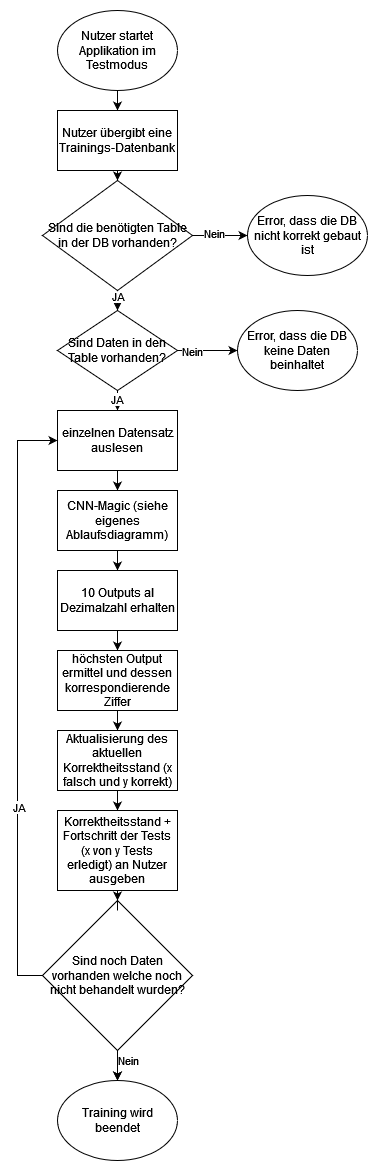
MrS-E/CKi keeps this draw.io diagram as Dokumentation/CKi/images/ablauf-testen.png. Above is the earlier version. Source tidied: cells renumbered, new cells last; positions are measured from the earlier drawing's top-left corner, leaving out a move shared by most shapes.
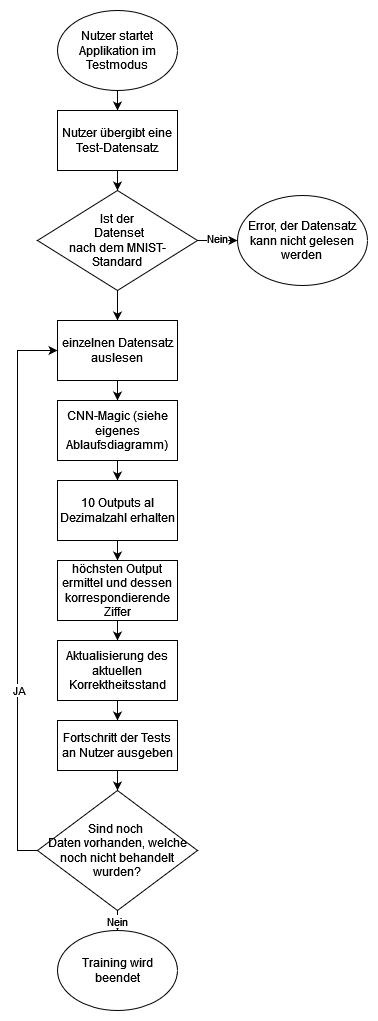
The same file after the commit.

The edit, as a diff of the source:
```diff
@@ -6,46 +6,22 @@
       <mxGeometry relative="1" as="geometry" />
     </mxCell>
     <mxCell id="3" value="Nutzer startet Applikation im Testmodus" style="ellipse;whiteSpace=wrap;html=1;" parent="1" vertex="1">
-      <mxGeometry x="40" width="120" height="80" as="geometry" />
+      <mxGeometry x="40" y="90" width="120" height="80" as="geometry" />
     </mxCell>
-    <mxCell id="4" style="edgeStyle=orthogonalEdgeStyle;rounded=0;jettySize=auto;html=1;" parent="1" edge="1" source="5" target="10">
+    <mxCell id="4" style="edgeStyle=orthogonalEdgeStyle;rounded=0;jettySize=auto;html=1;entryX=0.5;entryY=0;entryDx=0;entryDy=0;" parent="1" edge="1" source="5" target="39">
       <mxGeometry relative="1" as="geometry" />
     </mxCell>
-    <mxCell id="5" value="Nutzer übergibt eine Trainings-Datenbank" style="whiteSpace=wrap;html=1;" parent="1" vertex="1">
-      <mxGeometry x="40" y="100" width="120" height="60" as="geometry" />
+    <mxCell id="5" value="Nutzer übergibt eine Test-Datensatz" style="whiteSpace=wrap;html=1;" parent="1" vertex="1">
+      <mxGeometry x="40" y="190" width="120" height="60" as="geometry" />
     </mxCell>
-    <mxCell id="6" style="edgeStyle=orthogonalEdgeStyle;rounded=0;jettySize=auto;html=1;" parent="1" edge="1" source="10" target="15">
-      <mxGeometry relative="1" as="geometry" />
-    </mxCell>
-    <mxCell id="7" value="JA" style="edgeLabel;html=1;align=center;verticalAlign=middle;" parent="6" vertex="1">
-      <mxGeometry x="0.5" relative="1" as="geometry" />
-    </mxCell>
-    <mxCell id="8" style="edgeStyle=orthogonalEdgeStyle;rounded=0;jettySize=auto;html=1;exitX=1;exitY=0.5;exitDx=0;exitDy=0;entryX=0;entryY=0.5;entryDx=0;entryDy=0;" parent="1" edge="1" source="10" target="31">
-      <mxGeometry relative="1" as="geometry" />
-    </mxCell>
-    <mxCell id="9" value="Nein" style="edgeLabel;html=1;align=center;verticalAlign=middle;" parent="8" vertex="1">
-      <mxGeometry x="-0.25" y="3" relative="1" as="geometry" />
-    </mxCell>
-    <mxCell id="10" value="Sind die benötigten Table in der DB vorhanden?" style="rhombus;whiteSpace=wrap;html=1;" parent="1" vertex="1">
-      <mxGeometry x="25" y="170" width="150" height="110" as="geometry" />
-    </mxCell>
-    <mxCell id="11" style="edgeStyle=orthogonalEdgeStyle;rounded=0;jettySize=auto;html=1;" parent="1" edge="1" source="15" target="17">
+    <mxCell id="11" style="edgeStyle=orthogonalEdgeStyle;rounded=0;jettySize=auto;html=1;exitX=0.5;exitY=1;exitDx=0;exitDy=0;" parent="1" edge="1" source="39" target="17">
       <mxGeometry relative="1" as="geometry" />
     </mxCell>
     <mxCell id="12" value="JA" style="edgeLabel;html=1;align=center;verticalAlign=middle;" parent="11" vertex="1">
-      <mxGeometry x="0.6" y="-1" relative="1" as="geometry" />
+      <mxGeometry x="0.6" y="-1" relative="1" as="geometry">
+        <mxPoint x="1" y="-70" as="offset" />
+      </mxGeometry>
     </mxCell>
-    <mxCell id="13" style="edgeStyle=orthogonalEdgeStyle;rounded=0;jettySize=auto;html=1;entryX=0;entryY=0.5;entryDx=0;entryDy=0;" parent="1" edge="1" source="15" target="32">
-      <mxGeometry relative="1" as="geometry" />
-    </mxCell>
-    <mxCell id="14" value="Nein" style="edgeLabel;html=1;align=center;verticalAlign=middle;" parent="13" vertex="1">
-      <mxGeometry x="-0.6" y="-1" relative="1" as="geometry">
-        <mxPoint x="2" y="-1" as="offset" />
-      </mxGeometry>
-    </mxCell>
-    <mxCell id="15" value="Sind Daten in den Table vorhanden?" style="rhombus;whiteSpace=wrap;html=1;" parent="1" vertex="1">
-      <mxGeometry x="40" y="300" width="120" height="80" as="geometry" />
-    </mxCell>
     <mxCell id="16" style="edgeStyle=orthogonalEdgeStyle;rounded=0;jettySize=auto;html=1;" parent="1" edge="1" source="17" target="19">
       <mxGeometry relative="1" as="geometry" />
     </mxCell>
@@ -73,7 +49,7 @@
     <mxCell id="24" style="edgeStyle=orthogonalEdgeStyle;rounded=0;jettySize=auto;html=1;entryX=0;entryY=0.5;entryDx=0;entryDy=0;exitX=0;exitY=0.5;exitDx=0;exitDy=0;" parent="1" edge="1" source="28" target="17">
       <mxGeometry relative="1" as="geometry">
         <Array as="points">
-          <mxPoint y="965" />
+          <mxPoint y="930" />
           <mxPoint y="430" />
         </Array>
       </mxGeometry>
@@ -85,36 +61,37 @@
       <mxGeometry relative="1" as="geometry" />
     </mxCell>
     <mxCell id="27" value="Nein" style="edgeLabel;html=1;align=center;verticalAlign=middle;" parent="26" vertex="1">
-      <mxGeometry x="0.67" y="-1" relative="1" as="geometry">
-        <mxPoint x="11" y="-13" as="offset" />
-      </mxGeometry>
+      <mxGeometry x="0.67" y="-1" relative="1" as="geometry" />
     </mxCell>
-    <mxCell id="28" value="Sind noch Daten vorhanden welche noch nicht behandelt wurden?" style="rhombus;whiteSpace=wrap;html=1;" parent="1" vertex="1">
-      <mxGeometry x="25" y="890" width="150" height="150" as="geometry" />
+    <mxCell id="28" value="&lt;div&gt;Sind noch&amp;nbsp;&lt;/div&gt;&lt;div&gt;Daten vorhanden, welche noch nicht behandelt wurden?&lt;/div&gt;" style="rhombus;whiteSpace=wrap;html=1;" parent="1" vertex="1">
+      <mxGeometry x="20" y="870" width="160" height="120" as="geometry" />
     </mxCell>
-    <mxCell id="29" style="edgeStyle=orthogonalEdgeStyle;rounded=0;jettySize=auto;html=1;startArrow=classic;startFill=1;endArrow=none;endFill=0;" parent="1" edge="1" source="30" target="28">
-      <mxGeometry relative="1" as="geometry" />
-    </mxCell>
     <mxCell id="30" value="Training wird beendet" style="ellipse;whiteSpace=wrap;html=1;" parent="1" vertex="1">
-      <mxGeometry x="40" y="1070" width="120" height="80" as="geometry" />
+      <mxGeometry x="40" y="1010" width="120" height="80" as="geometry" />
     </mxCell>
-    <mxCell id="31" value="Error, dass die DB nicht korrekt gebaut ist" style="ellipse;whiteSpace=wrap;html=1;" parent="1" vertex="1">
-      <mxGeometry x="230" y="185" width="120" height="80" as="geometry" />
-    </mxCell>
-    <mxCell id="32" value="Error, dass die DB keine Daten beinhaltet" style="ellipse;whiteSpace=wrap;html=1;" parent="1" vertex="1">
-      <mxGeometry x="220" y="300" width="120" height="80" as="geometry" />
+    <mxCell id="32" value="&lt;div&gt;Error, der Datensatz kann nicht gelesen&lt;/div&gt;&lt;div&gt;werden&lt;br&gt;&lt;/div&gt;" style="ellipse;whiteSpace=wrap;html=1;" parent="1" vertex="1">
+      <mxGeometry x="220" y="275" width="130" height="90" as="geometry" />
     </mxCell>
     <mxCell id="33" style="edgeStyle=orthogonalEdgeStyle;rounded=0;jettySize=auto;html=1;" parent="1" edge="1" source="34" target="36">
       <mxGeometry relative="1" as="geometry" />
     </mxCell>
-    <mxCell id="34" value="Aktualisierung des aktuellen Korrektheitsstand (x falsch und y korrekt) " style="whiteSpace=wrap;html=1;" parent="1" vertex="1">
+    <mxCell id="34" value="Aktualisierung des aktuellen Korrektheitsstand " style="whiteSpace=wrap;html=1;" parent="1" vertex="1">
       <mxGeometry x="40" y="720" width="120" height="60" as="geometry" />
     </mxCell>
     <mxCell id="35" style="edgeStyle=orthogonalEdgeStyle;rounded=0;jettySize=auto;html=1;" parent="1" edge="1" source="36" target="28">
       <mxGeometry relative="1" as="geometry" />
     </mxCell>
-    <mxCell id="36" value="Korrektheitsstand + Fortschritt der Tests (x von y Tests erledigt) an Nutzer ausgeben" style="whiteSpace=wrap;html=1;" parent="1" vertex="1">
-      <mxGeometry x="40" y="800" width="120" height="80" as="geometry" />
+    <mxCell id="36" value="Fortschritt der Tests an Nutzer ausgeben" style="whiteSpace=wrap;html=1;" parent="1" vertex="1">
+      <mxGeometry x="40" y="800" width="120" height="50" as="geometry" />
     </mxCell>
+    <mxCell id="37" style="edgeStyle=orthogonalEdgeStyle;rounded=0;jettySize=auto;html=1;entryX=0;entryY=0.5;entryDx=0;entryDy=0;" parent="1" edge="1" source="39" target="32">
+      <mxGeometry relative="1" as="geometry" />
+    </mxCell>
+    <mxCell id="38" value="Nein" style="edgeLabel;html=1;align=center;verticalAlign=middle;" parent="37" vertex="1">
+      <mxGeometry x="-0.05" y="3" relative="1" as="geometry" />
+    </mxCell>
+    <mxCell id="39" value="&lt;div&gt;Ist der&lt;/div&gt;&lt;div&gt;&amp;nbsp;Datenset&lt;/div&gt;&lt;div&gt;nach dem MNIST-&lt;/div&gt;&lt;div&gt;Standard&lt;br&gt;&lt;/div&gt;" style="rhombus;whiteSpace=wrap;html=1;" parent="1" vertex="1">
+      <mxGeometry x="20" y="270" width="160" height="100" as="geometry" />
+    </mxCell>
   </root>
 </mxGraphModel>
```
